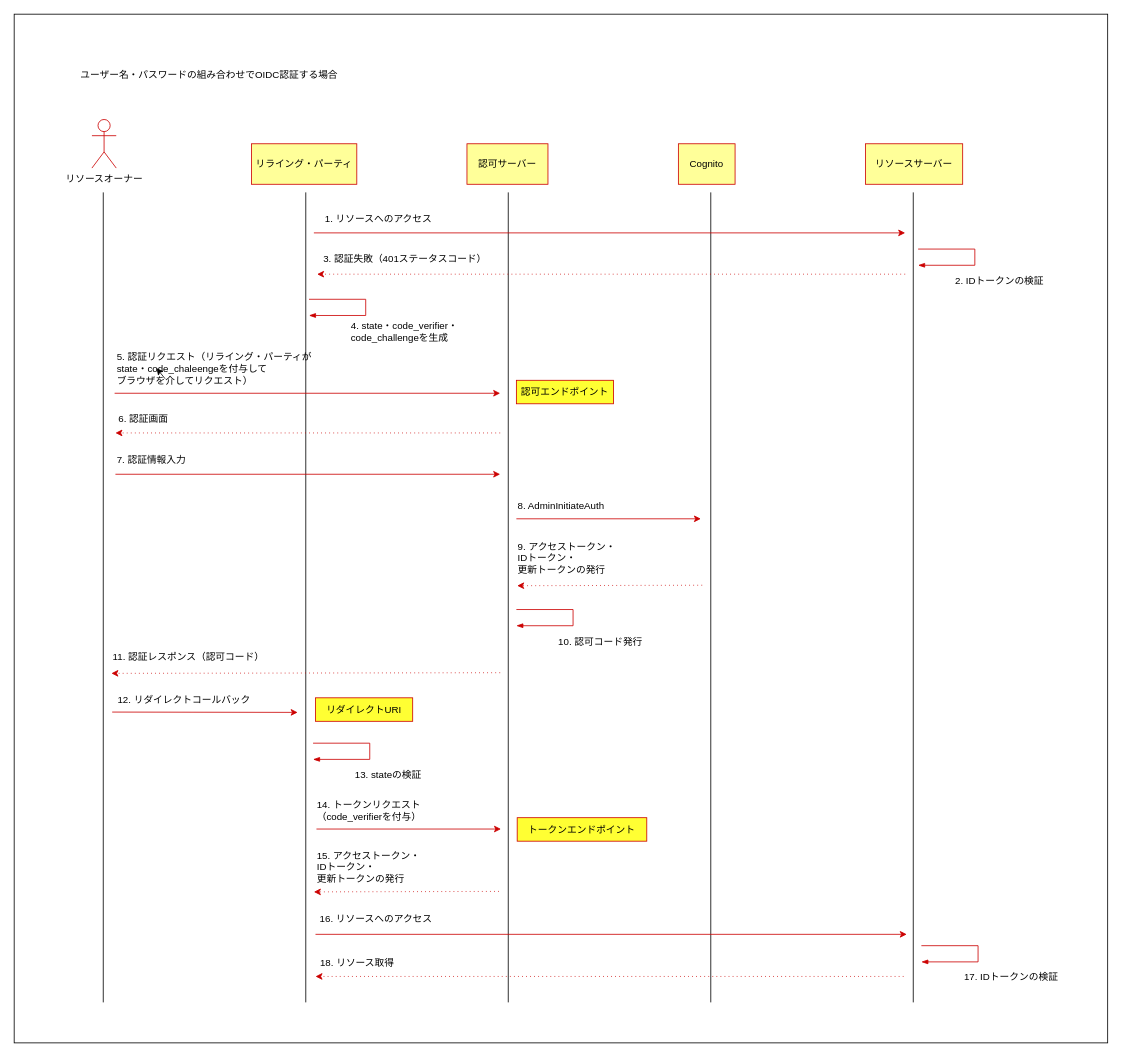
Crea7dosSantos/laravel-cognito-oauth keeps this draw.io diagram as drawio/basic.drawio. Above is the earlier version. Source tidied: cells renumbered, new cells numbered last; positions are measured from the earlier drawing's top-left corner, leaving out a move shared by most shapes. Both pictures are drawn from the tidied source at 81%, with x=0, y=0 at pixel (14, 14).
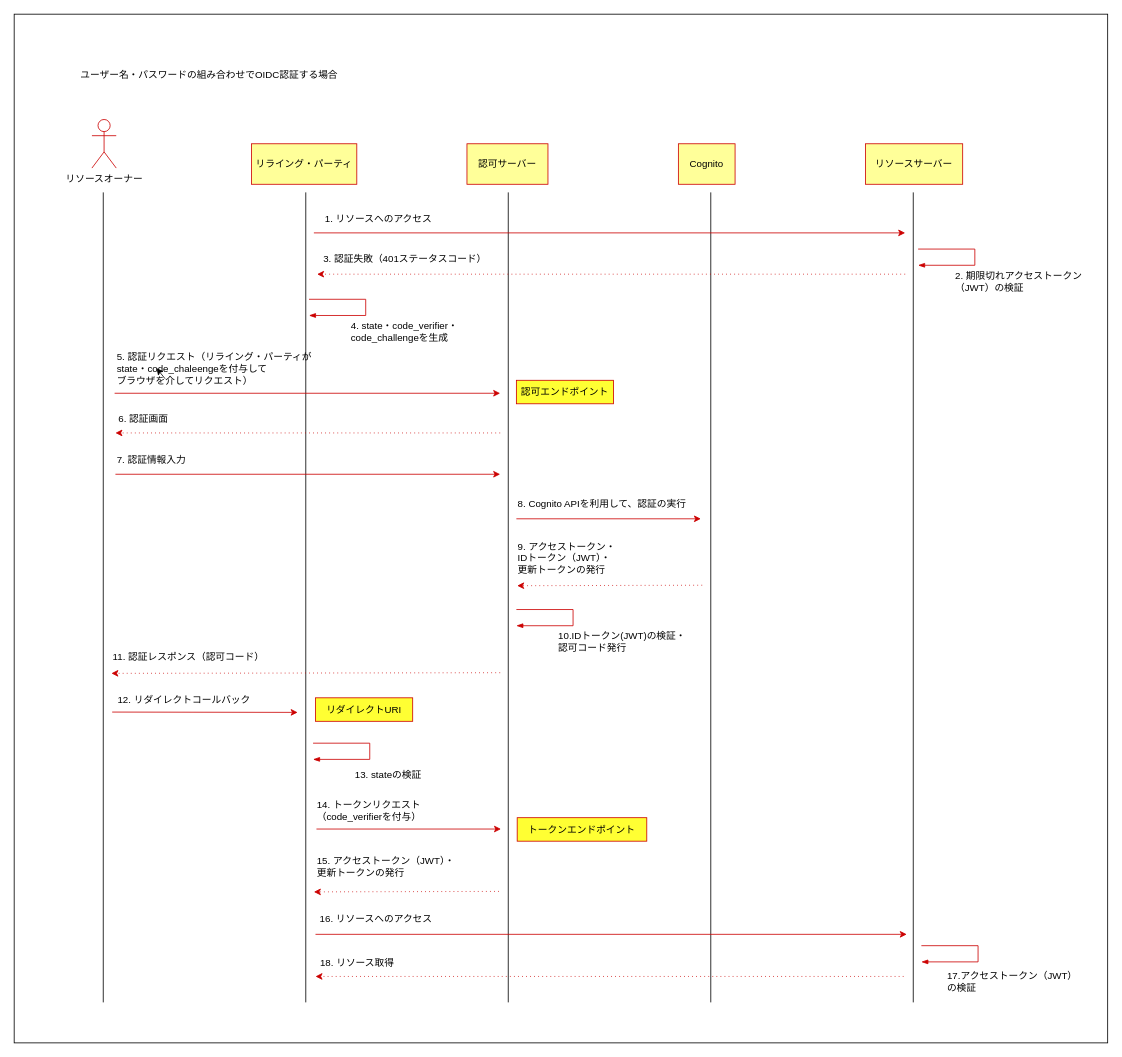
Above is the later version.

What changed in the source:
```diff
@@
-    <mxCell id="24" value="9. アクセストークン・&lt;br&gt;IDトークン・&lt;br&gt;更新トークンの発行" style="text;html=1;strokeColor=none;fillColor=none;align=left;verticalAlign=middle;whiteSpace=wrap;rounded=0;labelBackgroundColor=none;labelBorderColor=none;fontColor=#000000;" parent="1" vertex="1">
+    <mxCell id="24" value="9. アクセストークン・&lt;br&gt;IDトークン（JWT）・&lt;br&gt;更新トークンの発行" style="text;html=1;strokeColor=none;fillColor=none;align=left;verticalAlign=middle;whiteSpace=wrap;rounded=0;labelBackgroundColor=none;labelBorderColor=none;fontColor=#000000;" parent="1" vertex="1">
       <mxGeometry x="620" y="657" width="140" height="30" as="geometry" />
     </mxCell>
@@
-    <mxCell id="26" value="10. 認可コード発行" style="text;html=1;strokeColor=none;fillColor=none;align=left;verticalAlign=middle;whiteSpace=wrap;rounded=0;labelBackgroundColor=none;labelBorderColor=none;fontColor=#000000;" parent="1" vertex="1">
-      <mxGeometry x="670" y="766" width="140" height="17" as="geometry" />
+    <mxCell id="26" value="10.IDトークン(JWT)の検証・&lt;br&gt;認可コード発行" style="text;html=1;strokeColor=none;fillColor=none;align=left;verticalAlign=middle;whiteSpace=wrap;rounded=0;labelBackgroundColor=none;labelBorderColor=none;fontColor=#000000;" parent="1" vertex="1">
+      <mxGeometry x="670" y="766" width="180" height="17" as="geometry" />
     </mxCell>
@@
-    <mxCell id="31" value="15. アクセストークン・&lt;br&gt;IDトークン・&lt;br&gt;更新トークンの発行" style="text;html=1;strokeColor=none;fillColor=none;align=left;verticalAlign=middle;whiteSpace=wrap;rounded=0;labelBackgroundColor=none;labelBorderColor=none;fontColor=#000000;" parent="1" vertex="1">
-      <mxGeometry x="372" y="1038" width="140" height="30" as="geometry" />
+    <mxCell id="31" value="15. アクセストークン（JWT）・&lt;br&gt;更新トークンの発行" style="text;html=1;strokeColor=none;fillColor=none;align=left;verticalAlign=middle;whiteSpace=wrap;rounded=0;labelBackgroundColor=none;labelBorderColor=none;fontColor=#000000;" parent="1" vertex="1">
+      <mxGeometry x="372" y="1038" width="188" height="30" as="geometry" />
     </mxCell>
@@
-    <mxCell id="38" value="2. IDトークンの検証" style="text;html=1;strokeColor=none;fillColor=none;align=left;verticalAlign=middle;whiteSpace=wrap;rounded=0;labelBackgroundColor=none;labelBorderColor=none;fontColor=#000000;" parent="1" vertex="1">
-      <mxGeometry x="1160" y="321" width="140" height="17" as="geometry" />
+    <mxCell id="38" value="2. 期限切れアクセストークン（JWT）の検証" style="text;html=1;strokeColor=none;fillColor=none;align=left;verticalAlign=middle;whiteSpace=wrap;rounded=0;labelBackgroundColor=none;labelBorderColor=none;fontColor=#000000;" parent="1" vertex="1">
+      <mxGeometry x="1160" y="321" width="160" height="17" as="geometry" />
     </mxCell>
-    <mxCell id="39" value="17. IDトークンの検証" style="text;html=1;strokeColor=none;fillColor=none;align=left;verticalAlign=middle;whiteSpace=wrap;rounded=0;labelBackgroundColor=none;labelBorderColor=none;fontColor=#000000;" parent="1" vertex="1">
-      <mxGeometry x="1171" y="1180" width="140" height="17" as="geometry" />
+    <mxCell id="39" value="17.アクセストークン（JWT）&lt;br&gt;の検証" style="text;html=1;strokeColor=none;fillColor=none;align=left;verticalAlign=middle;whiteSpace=wrap;rounded=0;labelBackgroundColor=none;labelBorderColor=none;fontColor=#000000;" parent="1" vertex="1">
+      <mxGeometry x="1150" y="1180" width="170" height="30" as="geometry" />
     </mxCell>
@@
-    <mxCell id="48" value="&lt;font color=&quot;#000000&quot; face=&quot;helvetica&quot;&gt;8. AdminInitiateAuth&lt;/font&gt;" style="text;whiteSpace=wrap;html=1;" parent="1" vertex="1">
-      <mxGeometry x="620" y="593" width="200" height="20" as="geometry" />
+    <mxCell id="48" value="&lt;font color=&quot;#000000&quot; face=&quot;helvetica&quot;&gt;8. Cognito APIを利用して、認証の実行&lt;/font&gt;" style="text;whiteSpace=wrap;html=1;" parent="1" vertex="1">
+      <mxGeometry x="620" y="591" width="220" height="20" as="geometry" />
     </mxCell>
```
